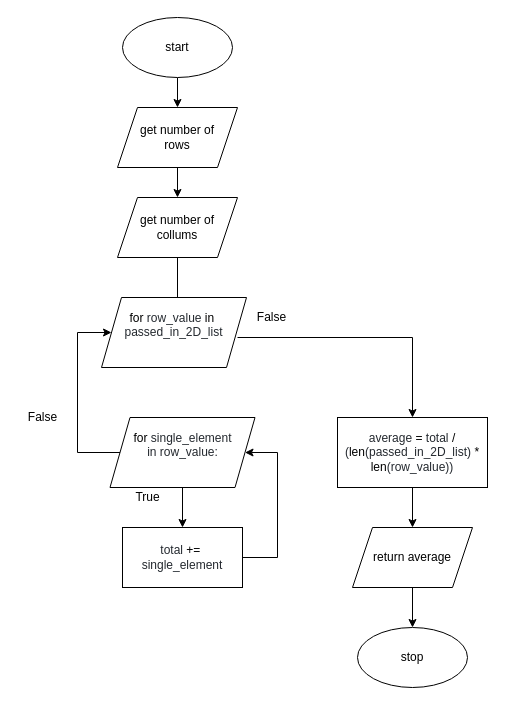
This is flowchart.drawio from Huzaifa-Khalid-2/ICS3U-Unit6-04-Python, a draw.io file, before an edit. Source tidied: cells renumbered, new cells numbered last; positions are measured from the earlier drawing's top-left corner, leaving out a move shared by most shapes. Both pictures are drawn from the tidied source at 100%, with x=0, y=0 at pixel (17, 17).
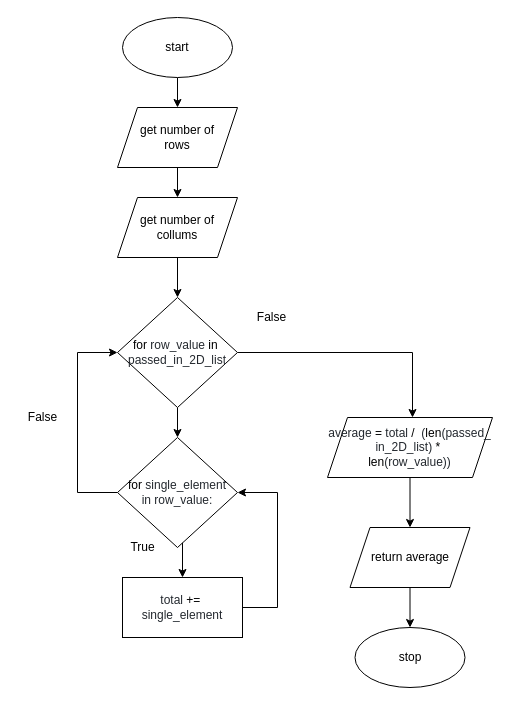
The same diagram, later.

Unchanged cells that the change refers to:
```xml
<mxCell id="7" value="get number of &lt;br&gt;collums" style="shape=parallelogram;perimeter=parallelogramPerimeter;whiteSpace=wrap;html=1;fixedSize=1;" parent="1" vertex="1">
  <mxGeometry x="100" y="180" width="120" height="60" as="geometry" />
</mxCell>
```

Diff of the diagram source:
```diff
@@
-    <mxCell id="6" style="edgeStyle=none;html=1;entryX=0.5;entryY=0;entryDx=0;entryDy=0;" parent="1" edge="1" source="7">
+    <mxCell id="6" style="edgeStyle=none;html=1;" parent="1" edge="1" source="7">
       <mxGeometry relative="1" as="geometry">
-        <mxPoint x="160" y="290" as="targetPoint" />
+        <mxPoint x="160" y="280" as="targetPoint" />
       </mxGeometry>
     </mxCell>
@@
-    <mxCell id="8" style="edgeStyle=elbowEdgeStyle;html=1;entryX=0.5;entryY=0;entryDx=0;entryDy=0;elbow=vertical;rounded=0;" parent="1" edge="1" target="10">
+    <mxCell id="8" style="edgeStyle=elbowEdgeStyle;html=1;entryX=0.5;entryY=0;entryDx=0;entryDy=0;elbow=vertical;rounded=0;exitX=1;exitY=0.5;exitDx=0;exitDy=0;" parent="1" edge="1" source="20">
       <mxGeometry relative="1" as="geometry">
-        <mxPoint x="220" y="320" as="sourcePoint" />
+        <mxPoint x="395" y="400" as="targetPoint" />
         <Array as="points">
-          <mxPoint x="320" y="320" />
+          <mxPoint x="300" y="335" />
         </Array>
       </mxGeometry>
     </mxCell>
-    <mxCell id="9" style="edgeStyle=none;html=1;entryX=0.5;entryY=0;entryDx=0;entryDy=0;" parent="1" edge="1" source="10">
-      <mxGeometry relative="1" as="geometry">
-        <mxPoint x="395" y="510" as="targetPoint" />
-      </mxGeometry>
+    <mxCell id="9" style="edgeStyle=none;html=1;exitX=0.5;exitY=1;exitDx=0;exitDy=0;entryX=0.5;entryY=0;entryDx=0;entryDy=0;" parent="1" edge="1" source="24" target="18">
+      <mxGeometry relative="1" as="geometry" />
     </mxCell>
-    <mxCell id="10" value="&lt;span class=&quot;pl-s1&quot; style=&quot;box-sizing: border-box ; color: rgb(36 , 41 , 47)&quot;&gt;&lt;span class=&quot;pl-token&quot; style=&quot;box-sizing: border-box&quot;&gt;average&lt;/span&gt;&lt;/span&gt;&lt;span style=&quot;color: rgb(36 , 41 , 47)&quot;&gt; &lt;/span&gt;&lt;span class=&quot;pl-c1&quot; style=&quot;box-sizing: border-box&quot;&gt;=&lt;/span&gt;&lt;span style=&quot;color: rgb(36 , 41 , 47)&quot;&gt; &lt;/span&gt;&lt;span class=&quot;pl-s1&quot; style=&quot;box-sizing: border-box ; color: rgb(36 , 41 , 47)&quot;&gt;&lt;span class=&quot;pl-token&quot; style=&quot;box-sizing: border-box&quot;&gt;total&lt;/span&gt;&lt;/span&gt;&lt;span style=&quot;color: rgb(36 , 41 , 47)&quot;&gt; &lt;/span&gt;&lt;span class=&quot;pl-c1&quot; style=&quot;box-sizing: border-box&quot;&gt;/&lt;/span&gt;&lt;span style=&quot;color: rgb(36 , 41 , 47)&quot;&gt; (&lt;/span&gt;&lt;span class=&quot;pl-en&quot; style=&quot;box-sizing: border-box&quot;&gt;&lt;span class=&quot;pl-token&quot; style=&quot;box-sizing: border-box&quot;&gt;len&lt;/span&gt;&lt;/span&gt;&lt;span style=&quot;color: rgb(36 , 41 , 47)&quot;&gt;(&lt;/span&gt;&lt;span class=&quot;pl-s1&quot; style=&quot;box-sizing: border-box ; color: rgb(36 , 41 , 47)&quot;&gt;&lt;span class=&quot;pl-token&quot; style=&quot;box-sizing: border-box&quot;&gt;passed_in_2D_list&lt;/span&gt;&lt;/span&gt;&lt;span style=&quot;color: rgb(36 , 41 , 47)&quot;&gt;) &lt;/span&gt;&lt;span class=&quot;pl-c1&quot; style=&quot;box-sizing: border-box&quot;&gt;*&lt;/span&gt;&lt;span style=&quot;color: rgb(36 , 41 , 47)&quot;&gt; &lt;/span&gt;&lt;span class=&quot;pl-en&quot; style=&quot;box-sizing: border-box&quot;&gt;&lt;span class=&quot;pl-token&quot; style=&quot;box-sizing: border-box&quot;&gt;len&lt;/span&gt;&lt;/span&gt;&lt;span style=&quot;color: rgb(36 , 41 , 47)&quot;&gt;(&lt;/span&gt;&lt;span class=&quot;pl-s1&quot; style=&quot;box-sizing: border-box ; color: rgb(36 , 41 , 47)&quot;&gt;&lt;span class=&quot;pl-token&quot; style=&quot;box-sizing: border-box&quot;&gt;row_value&lt;/span&gt;&lt;/span&gt;&lt;span style=&quot;color: rgb(36 , 41 , 47)&quot;&gt;))&lt;/span&gt;" style="rounded=0;whiteSpace=wrap;html=1;" parent="1" vertex="1">
-      <mxGeometry x="320" y="400" width="150" height="70" as="geometry" />
-    </mxCell>
-    <mxCell id="11" style="edgeStyle=none;html=1;entryX=0.5;entryY=0;entryDx=0;entryDy=0;" parent="1" edge="1" target="13">
+    <mxCell id="11" style="edgeStyle=none;html=1;entryX=0.5;entryY=0;entryDx=0;entryDy=0;startArrow=none;" parent="1" edge="1" target="13">
       <mxGeometry relative="1" as="geometry">
-        <mxPoint x="165" y="460" as="sourcePoint" />
+        <mxPoint x="165" y="490" as="sourcePoint" />
       </mxGeometry>
     </mxCell>
     <mxCell id="12" style="edgeStyle=elbowEdgeStyle;html=1;entryX=1;entryY=0.5;entryDx=0;entryDy=0;exitX=1;exitY=0.5;exitDx=0;exitDy=0;rounded=0;" parent="1" edge="1" source="13" target="22">
       <mxGeometry relative="1" as="geometry">
         <Array as="points">
+          <mxPoint x="260" y="440" />
           <mxPoint x="260" y="490" />
         </Array>
       </mxGeometry>
     </mxCell>
     <mxCell id="13" value="&lt;span class=&quot;pl-s1&quot; style=&quot;text-align: left ; box-sizing: border-box ; color: rgb(36 , 41 , 47) ; background-color: rgb(255 , 255 , 255)&quot;&gt;&lt;span class=&quot;pl-token&quot; style=&quot;box-sizing: border-box&quot;&gt;total&lt;/span&gt;&lt;/span&gt;&lt;span style=&quot;text-align: left ; color: rgb(36 , 41 , 47) ; background-color: rgb(255 , 255 , 255)&quot;&gt;&amp;nbsp;&lt;/span&gt;&lt;span class=&quot;pl-c1&quot; style=&quot;text-align: left ; box-sizing: border-box ; background-color: rgb(255 , 255 , 255)&quot;&gt;+=&lt;/span&gt;&lt;span style=&quot;text-align: left ; color: rgb(36 , 41 , 47) ; background-color: rgb(255 , 255 , 255)&quot;&gt;&amp;nbsp;&lt;br&gt;&lt;/span&gt;&lt;span class=&quot;pl-s1&quot; style=&quot;text-align: left ; box-sizing: border-box ; color: rgb(36 , 41 , 47) ; background-color: rgb(255 , 255 , 255)&quot;&gt;&lt;span class=&quot;pl-token&quot; style=&quot;box-sizing: border-box&quot;&gt;single_element&lt;/span&gt;&lt;/span&gt;" style="rounded=0;whiteSpace=wrap;html=1;" parent="1" vertex="1">
-      <mxGeometry x="105" y="510" width="120" height="60" as="geometry" />
+      <mxGeometry x="105" y="560" width="120" height="60" as="geometry" />
     </mxCell>
@@
     <mxCell id="15" value="True" style="text;html=1;align=center;verticalAlign=middle;strokeColor=none;fillColor=none;" parent="1" vertex="1">
-      <mxGeometry x="110" y="470" width="40" height="20" as="geometry" />
+      <mxGeometry x="105" y="520" width="40" height="20" as="geometry" />
     </mxCell>
@@
     <mxCell id="18" value="return average" style="shape=parallelogram;perimeter=parallelogramPerimeter;whiteSpace=wrap;html=1;fixedSize=1;" parent="1" vertex="1">
-      <mxGeometry x="335" y="510" width="120" height="60" as="geometry" />
+      <mxGeometry x="332.5" y="510" width="120" height="60" as="geometry" />
     </mxCell>
     <mxCell id="19" value="stop" style="ellipse;whiteSpace=wrap;html=1;" parent="1" vertex="1">
-      <mxGeometry x="340" y="610" width="110" height="60" as="geometry" />
+      <mxGeometry x="337.5" y="610" width="110" height="60" as="geometry" />
     </mxCell>
+    <mxCell id="21" style="edgeStyle=elbowEdgeStyle;html=1;entryX=0;entryY=0.5;entryDx=0;entryDy=0;exitX=0;exitY=0.5;exitDx=0;exitDy=0;rounded=0;" parent="1" edge="1" source="22" target="20">
+      <mxGeometry relative="1" as="geometry">
+        <Array as="points">
+          <mxPoint x="60" y="380" />
+        </Array>
+      </mxGeometry>
+    </mxCell>
+    <mxCell id="23" style="edgeStyle=none;html=1;" parent="1" edge="1" source="20" target="22">
+      <mxGeometry relative="1" as="geometry" />
+    </mxCell>
-    <mxCell id="20" value="&lt;span class=&quot;pl-k&quot; style=&quot;box-sizing: border-box&quot;&gt;for&lt;/span&gt;&lt;span style=&quot;color: rgb(36 , 41 , 47)&quot;&gt;&amp;nbsp;&lt;/span&gt;&lt;span class=&quot;pl-s1&quot; style=&quot;box-sizing: border-box ; color: rgb(36 , 41 , 47)&quot;&gt;row_value&lt;/span&gt;&lt;span style=&quot;color: rgb(36 , 41 , 47)&quot;&gt;&amp;nbsp;&lt;/span&gt;&lt;span class=&quot;pl-c1&quot; style=&quot;box-sizing: border-box&quot;&gt;in&lt;/span&gt;&lt;span style=&quot;color: rgb(36 , 41 , 47)&quot;&gt;&amp;nbsp;&lt;br&gt;&lt;/span&gt;&lt;span class=&quot;pl-s1&quot; style=&quot;box-sizing: border-box ; color: rgb(36 , 41 , 47)&quot;&gt;passed_in_2D_list&lt;br&gt;&lt;br&gt;&lt;/span&gt;" style="shape=parallelogram;perimeter=parallelogramPerimeter;whiteSpace=wrap;html=1;fixedSize=1;" parent="1" vertex="1">
-      <mxGeometry x="84" y="280" width="145" height="70" as="geometry" />
+    <mxCell id="20" value="&lt;span class=&quot;pl-k&quot; style=&quot;font-family: &amp;#34;helvetica&amp;#34; ; box-sizing: border-box&quot;&gt;for&lt;/span&gt;&lt;span style=&quot;font-family: &amp;#34;helvetica&amp;#34; ; color: rgb(36 , 41 , 47)&quot;&gt;&amp;nbsp;&lt;/span&gt;&lt;span class=&quot;pl-s1&quot; style=&quot;font-family: &amp;#34;helvetica&amp;#34; ; box-sizing: border-box ; color: rgb(36 , 41 , 47)&quot;&gt;row_value&lt;/span&gt;&lt;span style=&quot;font-family: &amp;#34;helvetica&amp;#34; ; color: rgb(36 , 41 , 47)&quot;&gt;&amp;nbsp;&lt;/span&gt;&lt;span class=&quot;pl-c1&quot; style=&quot;font-family: &amp;#34;helvetica&amp;#34; ; box-sizing: border-box&quot;&gt;in&lt;/span&gt;&lt;span style=&quot;font-family: &amp;#34;helvetica&amp;#34; ; color: rgb(36 , 41 , 47)&quot;&gt;&amp;nbsp;&lt;br&gt;&lt;/span&gt;&lt;span class=&quot;pl-s1&quot; style=&quot;font-family: &amp;#34;helvetica&amp;#34; ; box-sizing: border-box ; color: rgb(36 , 41 , 47)&quot;&gt;passed_in_2D_list&lt;/span&gt;" style="rhombus;whiteSpace=wrap;html=1;" parent="1" vertex="1">
+      <mxGeometry x="100" y="280" width="120" height="110" as="geometry" />
     </mxCell>
-    <mxCell id="21" style="edgeStyle=elbowEdgeStyle;html=1;entryX=0;entryY=0.5;entryDx=0;entryDy=0;exitX=0;exitY=0.5;exitDx=0;exitDy=0;rounded=0;" parent="1" edge="1" source="22" target="20">
-      <mxGeometry relative="1" as="geometry">
-        <Array as="points">
-          <mxPoint x="60" y="380" />
-        </Array>
-      </mxGeometry>
-    </mxCell>
-    <mxCell id="22" value="&lt;span class=&quot;pl-k&quot; style=&quot;box-sizing: border-box&quot;&gt;for&lt;/span&gt;&lt;span style=&quot;color: rgb(36 , 41 , 47)&quot;&gt;&amp;nbsp;single_element in&amp;nbsp;&lt;/span&gt;&lt;span class=&quot;pl-s1&quot; style=&quot;box-sizing: border-box ; color: rgb(36 , 41 , 47)&quot;&gt;row_value:&lt;/span&gt;&lt;span class=&quot;pl-s1&quot; style=&quot;box-sizing: border-box ; color: rgb(36 , 41 , 47)&quot;&gt;&lt;br&gt;&lt;br&gt;&lt;/span&gt;" style="shape=parallelogram;perimeter=parallelogramPerimeter;whiteSpace=wrap;html=1;fixedSize=1;" parent="1" vertex="1">
-      <mxGeometry x="92.5" y="400" width="145" height="70" as="geometry" />
+    <mxCell id="22" value="&lt;span class=&quot;pl-k&quot; style=&quot;font-family: &amp;#34;helvetica&amp;#34; ; box-sizing: border-box&quot;&gt;for&lt;/span&gt;&lt;span style=&quot;font-family: &amp;#34;helvetica&amp;#34; ; color: rgb(36 , 41 , 47)&quot;&gt;&amp;nbsp;single_element in&amp;nbsp;&lt;/span&gt;&lt;span class=&quot;pl-s1&quot; style=&quot;font-family: &amp;#34;helvetica&amp;#34; ; box-sizing: border-box ; color: rgb(36 , 41 , 47)&quot;&gt;row_value:&lt;/span&gt;" style="rhombus;whiteSpace=wrap;html=1;" parent="1" vertex="1">
+      <mxGeometry x="100" y="420" width="120" height="110" as="geometry" />
     </mxCell>
+    <mxCell id="24" value="&lt;span class=&quot;pl-s1&quot; style=&quot;font-family: &amp;#34;helvetica&amp;#34; ; box-sizing: border-box ; color: rgb(36 , 41 , 47)&quot;&gt;average&lt;/span&gt;&lt;span style=&quot;font-family: &amp;#34;helvetica&amp;#34; ; color: rgb(36 , 41 , 47)&quot;&gt;&amp;nbsp;&lt;/span&gt;&lt;span class=&quot;pl-c1&quot; style=&quot;font-family: &amp;#34;helvetica&amp;#34; ; box-sizing: border-box&quot;&gt;=&lt;/span&gt;&lt;span style=&quot;font-family: &amp;#34;helvetica&amp;#34; ; color: rgb(36 , 41 , 47)&quot;&gt;&amp;nbsp;&lt;/span&gt;&lt;span class=&quot;pl-s1&quot; style=&quot;font-family: &amp;#34;helvetica&amp;#34; ; box-sizing: border-box ; color: rgb(36 , 41 , 47)&quot;&gt;total&lt;/span&gt;&lt;span style=&quot;font-family: &amp;#34;helvetica&amp;#34; ; color: rgb(36 , 41 , 47)&quot;&gt;&amp;nbsp;&lt;/span&gt;&lt;span class=&quot;pl-c1&quot; style=&quot;font-family: &amp;#34;helvetica&amp;#34; ; box-sizing: border-box&quot;&gt;/&lt;/span&gt;&lt;span style=&quot;font-family: &amp;#34;helvetica&amp;#34; ; color: rgb(36 , 41 , 47)&quot;&gt;&amp;nbsp; (&lt;/span&gt;&lt;span class=&quot;pl-en&quot; style=&quot;font-family: &amp;#34;helvetica&amp;#34; ; box-sizing: border-box&quot;&gt;len&lt;/span&gt;&lt;span style=&quot;font-family: &amp;#34;helvetica&amp;#34; ; color: rgb(36 , 41 , 47)&quot;&gt;(&lt;/span&gt;&lt;span class=&quot;pl-s1&quot; style=&quot;font-family: &amp;#34;helvetica&amp;#34; ; box-sizing: border-box ; color: rgb(36 , 41 , 47)&quot;&gt;passed_&lt;br&gt;in_2D_list&lt;/span&gt;&lt;span style=&quot;font-family: &amp;#34;helvetica&amp;#34; ; color: rgb(36 , 41 , 47)&quot;&gt;)&amp;nbsp;&lt;/span&gt;&lt;span class=&quot;pl-c1&quot; style=&quot;font-family: &amp;#34;helvetica&amp;#34; ; box-sizing: border-box&quot;&gt;*&lt;/span&gt;&lt;span style=&quot;font-family: &amp;#34;helvetica&amp;#34; ; color: rgb(36 , 41 , 47)&quot;&gt;&amp;nbsp;&lt;br&gt;&lt;/span&gt;&lt;span class=&quot;pl-en&quot; style=&quot;font-family: &amp;#34;helvetica&amp;#34; ; box-sizing: border-box&quot;&gt;len&lt;/span&gt;&lt;span style=&quot;font-family: &amp;#34;helvetica&amp;#34; ; color: rgb(36 , 41 , 47)&quot;&gt;(&lt;/span&gt;&lt;span class=&quot;pl-s1&quot; style=&quot;font-family: &amp;#34;helvetica&amp;#34; ; box-sizing: border-box ; color: rgb(36 , 41 , 47)&quot;&gt;row_value&lt;/span&gt;&lt;span style=&quot;font-family: &amp;#34;helvetica&amp;#34; ; color: rgb(36 , 41 , 47)&quot;&gt;))&lt;/span&gt;" style="shape=parallelogram;perimeter=parallelogramPerimeter;whiteSpace=wrap;html=1;fixedSize=1;" parent="1" vertex="1">
+      <mxGeometry x="310" y="400" width="165" height="60" as="geometry" />
+    </mxCell>
```
